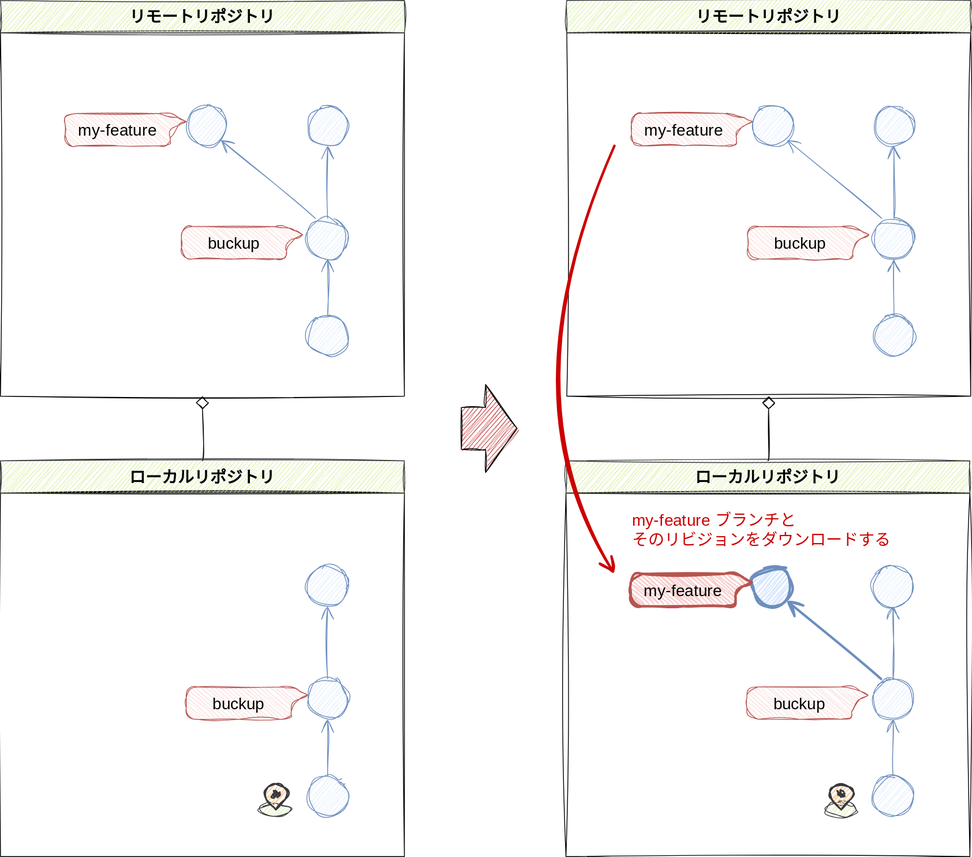
The draw.io diagram doc/image/introducion/remote-download.drawio.svg in kazurego7/fit, before a commit. Source tidied: cells renumbered, new cells last; positions are measured from the earlier drawing's top-left corner, leaving out a move shared by most shapes.
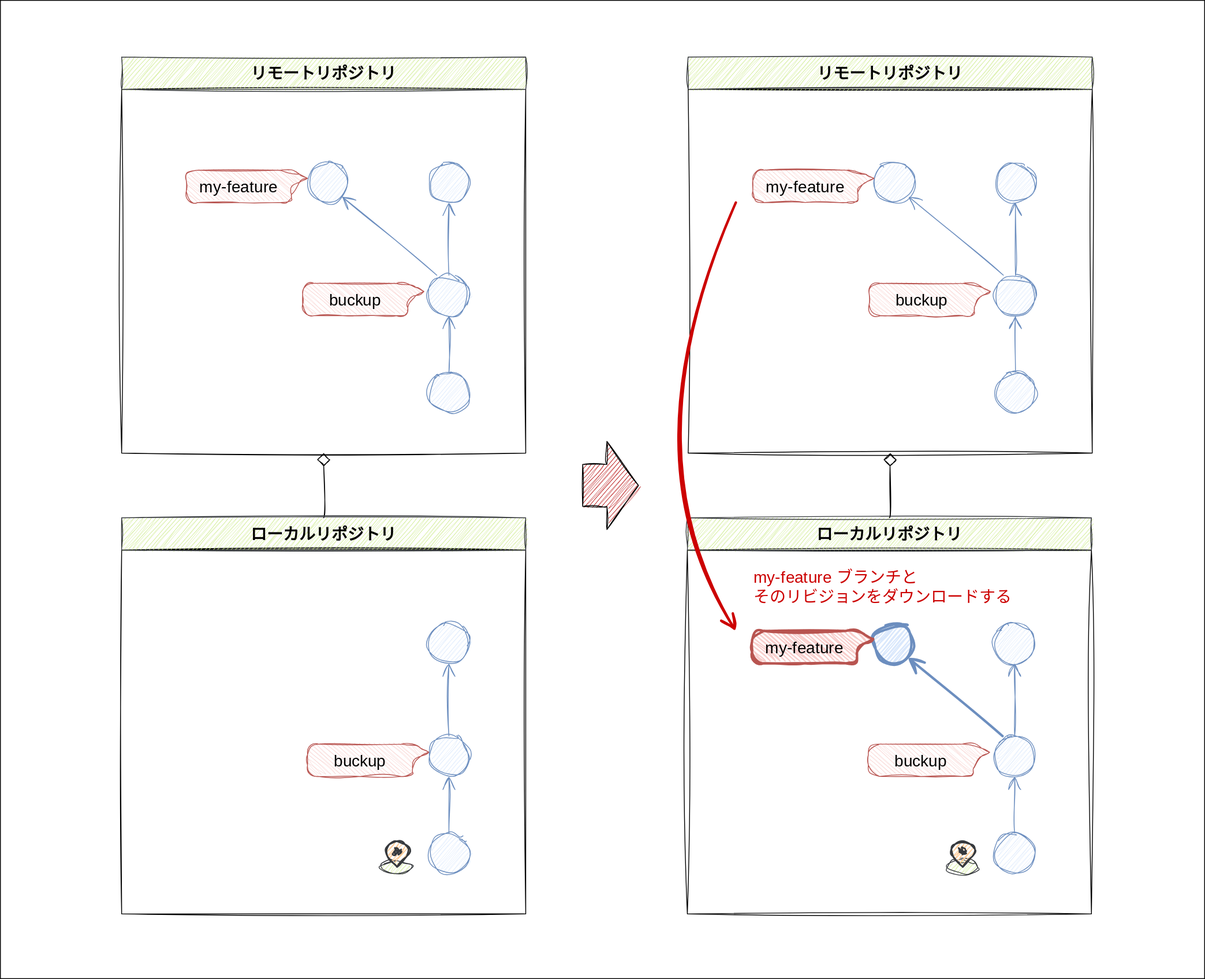
Above is the later version.

Change to the diagram source:
```diff
@@ -2,6 +2,9 @@
   <root>
     <mxCell id="0" />
     <mxCell id="1" parent="0" />
+    <mxCell id="58" style="rounded=0;whiteSpace=wrap;html=1;hachureGap=4;fontFamily=Architects Daughter;fontSource=https%3A%2F%2Ffonts.googleapis.com%2Fcss%3Ffamily%3DArchitects%2BDaughter;fontSize=20;" parent="1" vertex="1">
+      <mxGeometry x="-150" y="-70" width="1490" height="1210" as="geometry" />
+    </mxCell>
     <mxCell id="2" style="rounded=0;whiteSpace=wrap;html=1;shadow=0;sketch=1;hachureGap=4;jiggle=2;curveFitting=1;fontFamily=Architects Daughter;fontSource=https%3A%2F%2Ffonts.googleapis.com%2Fcss%3Ffamily%3DArchitects%2BDaughter;fontSize=20;fillColor=default;strokeColor=none;" parent="1" vertex="1">
       <mxGeometry y="40" width="500" height="450" as="geometry" />
     </mxCell>
```
